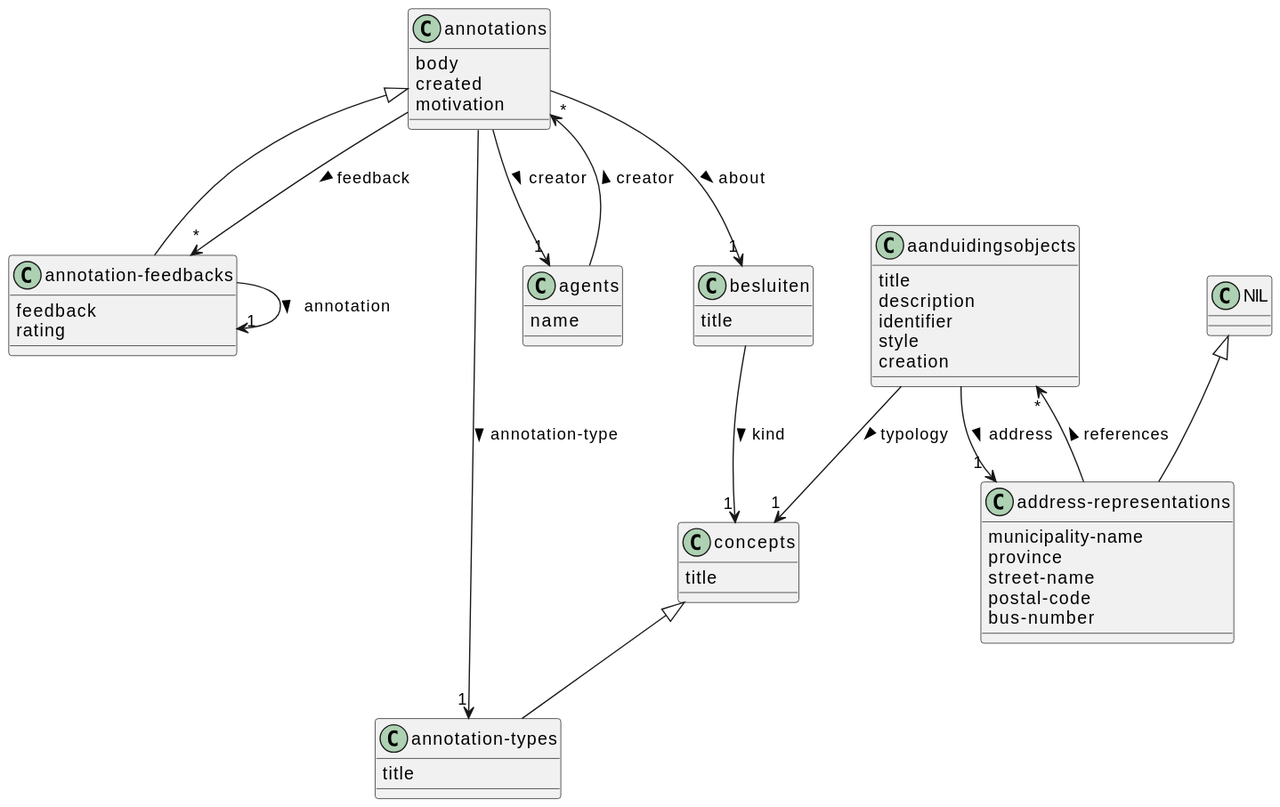
This is doc/jsonapi-domain.svg from lblod/app-ai-hackathon-group-4, a PlantUML export, as it was before one commit.
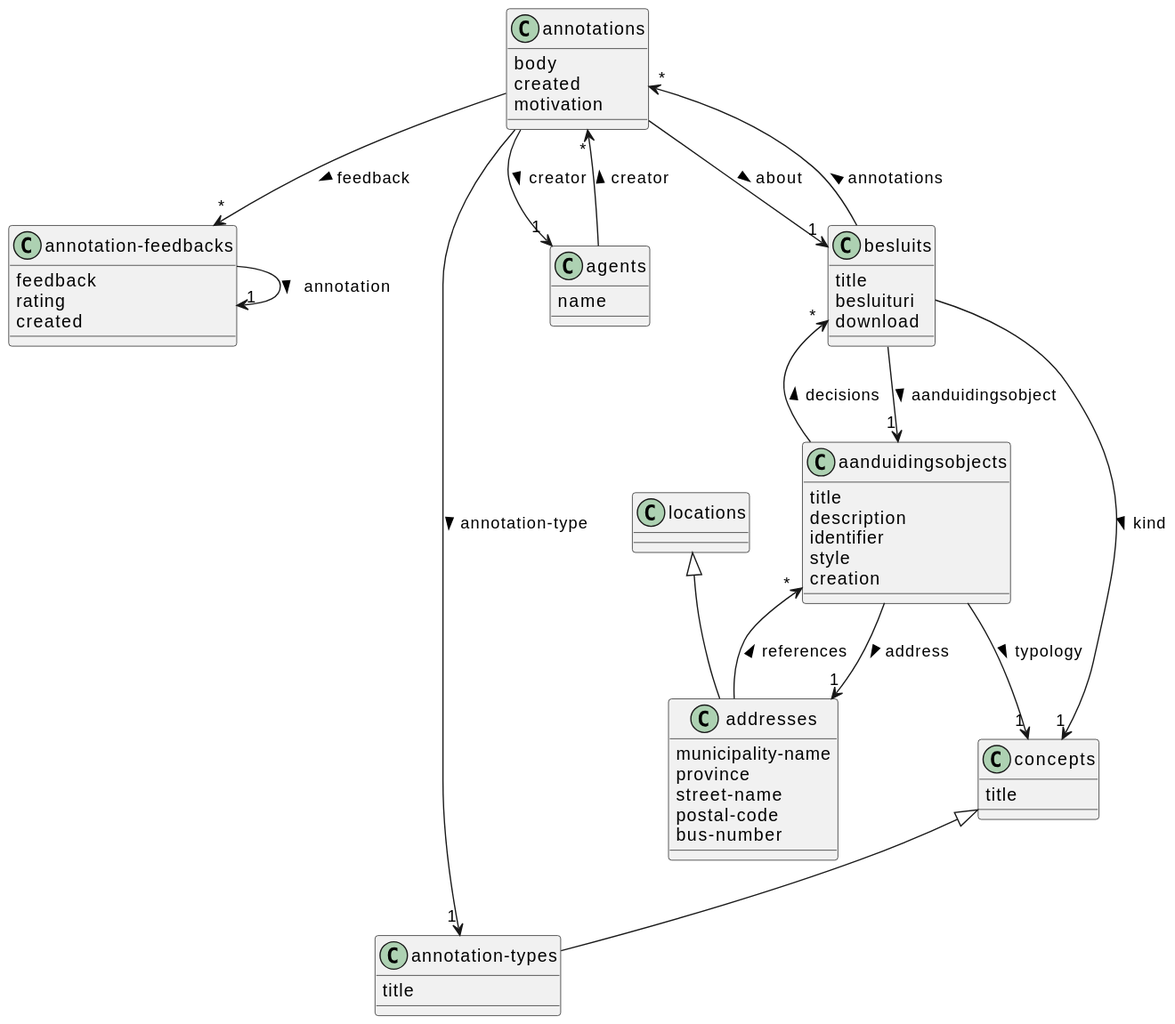
After the commit.

Commit message:
fix annotation types

What changed in the source:
```diff
@@ -3,15 +3,15 @@
 class "annotation-feedbacks"
 "annotation-feedbacks" : feedback
 "annotation-feedbacks" : rating
+"annotation-feedbacks" : created
 "annotation-feedbacks" --> "1" "annotation-feedbacks" : annotation >
-"annotations" <|-- "annotation-feedbacks"
 class "annotations"
 "annotations" : body
 "annotations" : created
 "annotations" : motivation
 "annotations" --> "1" "annotation-types" : annotation-type >
 "annotations" --> "1" "agents" : creator >
-"annotations" --> "1" "besluiten" : about >
+"annotations" --> "1" "besluits" : about >
 "annotations" --> "*" "annotation-feedbacks" : feedback >
 class "agents"
 "agents" : name
@@ -22,23 +22,28 @@
 "aanduidingsobjects" : identifier
 "aanduidingsobjects" : style
 "aanduidingsobjects" : creation
-"aanduidingsobjects" --> "1" "address-representations" : address >
+"aanduidingsobjects" --> "1" "addresses" : address >
 "aanduidingsobjects" --> "1" "concepts" : typology >
+"aanduidingsobjects" --> "*" "besluits" : decisions >
 class "concepts"
 "concepts" : title
-class "address-representations"
-"address-representations" : municipality-name
-"address-representations" : province
-"address-representations" : street-name
-"address-representations" : postal-code
-"address-representations" : bus-number
-"address-representations" --> "*" "aanduidingsobjects" : references >
-"NIL" <|-- "address-representations"
-class "NIL"
+class "addresses"
+"addresses" : municipality-name
+"addresses" : province
+"addresses" : street-name
+"addresses" : postal-code
+"addresses" : bus-number
+"addresses" --> "*" "aanduidingsobjects" : references >
+"locations" <|-- "addresses"
+class "locations"
 class "annotation-types"
 "annotation-types" : title
 "concepts" <|-- "annotation-types"
-class "besluiten"
-"besluiten" : title
-"besluiten" --> "1" "concepts" : kind >
+class "besluits"
+"besluits" : title
+"besluits" : besluituri
+"besluits" : download
+"besluits" --> "1" "concepts" : kind >
+"besluits" --> "1" "aanduidingsobjects" : aanduidingsobject >
+"besluits" --> "*" "annotations" : annotations >
 @enduml
```
